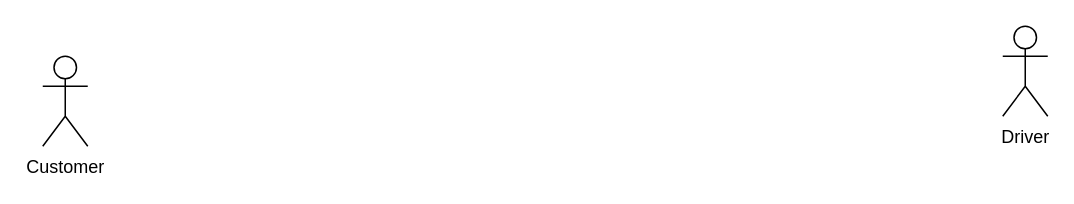
Before: materials/use_case_diagram.drawio in skyler544/SWARC-Arc42, a draw.io diagram. Source tidied: cells renumbered, new cells numbered last; positions are measured from the earlier drawing's top-left corner, leaving out a move shared by most shapes. Both pictures are drawn from the tidied source at 150%, with x=0, y=0 at pixel (42, 26).
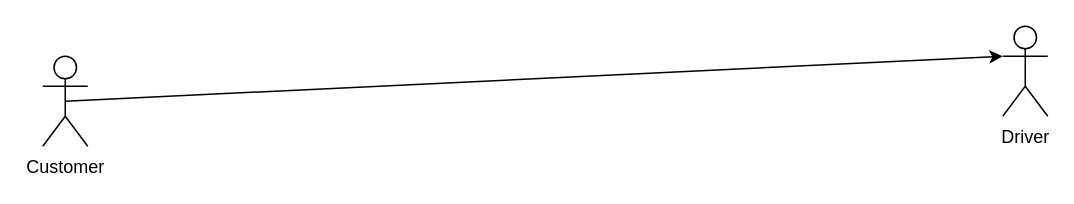
The same diagram, later.

What changed in the source:
```diff
@@
 <mxGraphModel>
   <root>
     <mxCell id="0" />
     <mxCell id="1" parent="0" />
+    <mxCell id="4" style="edgeStyle=none;html=1;exitX=0.5;exitY=0.5;exitDx=0;exitDy=0;exitPerimeter=0;entryX=0;entryY=0.3333333333333333;entryDx=0;entryDy=0;entryPerimeter=0;" parent="1" edge="1" source="2" target="3">
+      <mxGeometry relative="1" as="geometry" />
+    </mxCell>
     <mxCell id="2" value="Customer" style="shape=umlActor;verticalLabelPosition=bottom;verticalAlign=top;html=1;outlineConnect=0;" parent="1" vertex="1">
       <mxGeometry y="20" width="30" height="60" as="geometry" />
     </mxCell>
     <mxCell id="3" value="&lt;div&gt;Driver&lt;/div&gt;" style="shape=umlActor;verticalLabelPosition=bottom;verticalAlign=top;html=1;outlineConnect=0;" parent="1" vertex="1">
       <mxGeometry x="640" width="30" height="60" as="geometry" />
     </mxCell>
   </root>
 </mxGraphModel>
```
